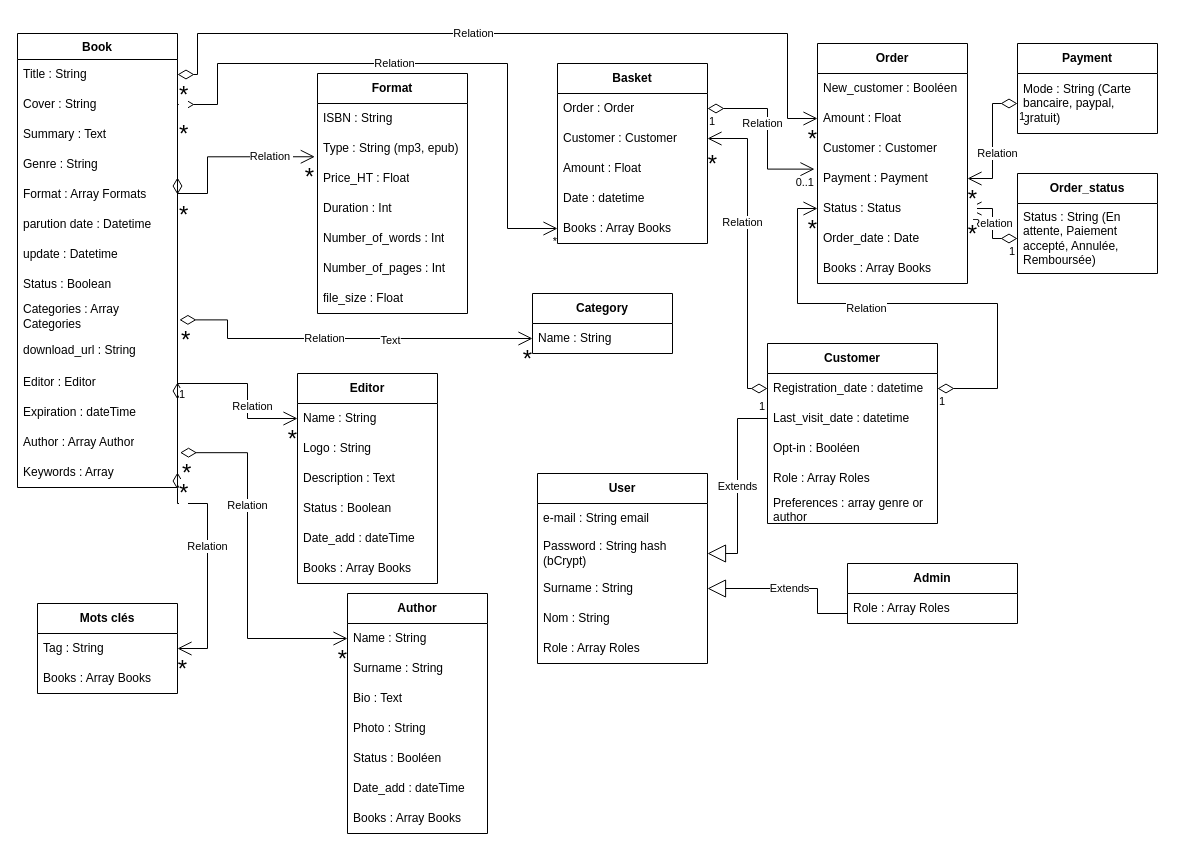
This is classes_neobook.drawio from cbeauquel/Neobook, a draw.io file, before an edit. Source tidied: cells renumbered, new cells numbered last; positions are measured from the earlier drawing's top-left corner, leaving out a move shared by most shapes. Both pictures are drawn from the tidied source at 100%, with x=0, y=0 at pixel (17, 33).
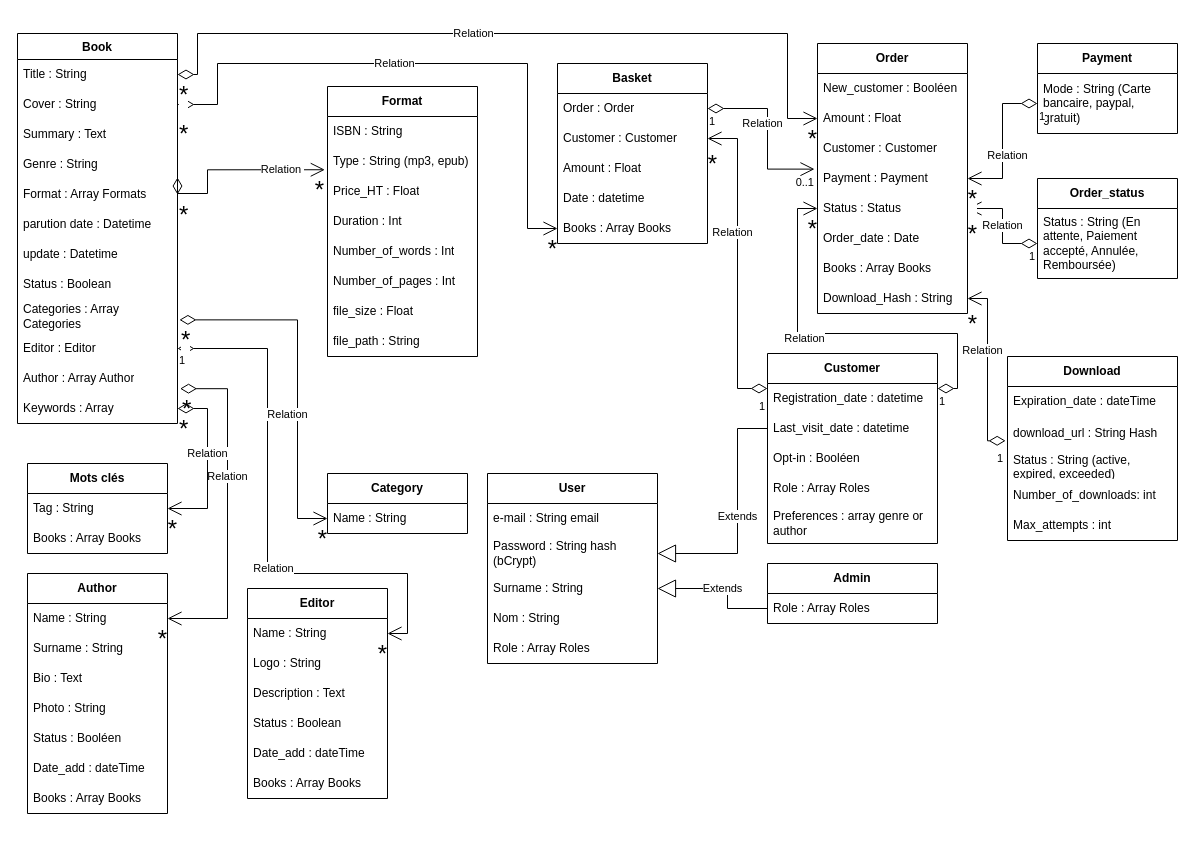
Above is the later version.

Commit message:
Mettre à jour classes_neobook.drawio

Unchanged cells that the change refers to:
```xml
<mxCell id="3" value="Name : String" style="text;strokeColor=none;fillColor=none;align=left;verticalAlign=middle;spacingLeft=4;spacingRight=4;overflow=hidden;points=[[0,0.5],[1,0.5]];portConstraint=eastwest;whiteSpace=wrap;html=1;" parent="2" vertex="1">
  <mxGeometry y="30" width="140" height="30" as="geometry" />
</mxCell>
<mxCell id="11" value="Name : String" style="text;strokeColor=none;fillColor=none;align=left;verticalAlign=middle;spacingLeft=4;spacingRight=4;overflow=hidden;points=[[0,0.5],[1,0.5]];portConstraint=eastwest;whiteSpace=wrap;html=1;" parent="10" vertex="1">
  <mxGeometry y="30" width="140" height="30" as="geometry" />
</mxCell>
<mxCell id="19" value="Type : String (mp3, epub)" style="text;strokeColor=none;fillColor=none;align=left;verticalAlign=middle;spacingLeft=4;spacingRight=4;overflow=hidden;points=[[0,0.5],[1,0.5]];portConstraint=eastwest;whiteSpace=wrap;html=1;" parent="17" vertex="1">
  <mxGeometry y="60" width="150" height="30" as="geometry" />
</mxCell>
<mxCell id="26" value="Name : String" style="text;strokeColor=none;fillColor=none;align=left;verticalAlign=middle;spacingLeft=4;spacingRight=4;overflow=hidden;points=[[0,0.5],[1,0.5]];portConstraint=eastwest;whiteSpace=wrap;html=1;" parent="25" vertex="1">
  <mxGeometry y="30" width="140" height="30" as="geometry" />
</mxCell>
<mxCell id="29" value="Last_visit_date : datetime" style="text;strokeColor=none;fillColor=none;align=left;verticalAlign=middle;spacingLeft=4;spacingRight=4;overflow=hidden;points=[[0,0.5],[1,0.5]];portConstraint=eastwest;whiteSpace=wrap;html=1;" parent="27" vertex="1">
  <mxGeometry y="60" width="170" height="30" as="geometry" />
</mxCell>
<mxCell id="38" value="Status : Status" style="text;strokeColor=none;fillColor=none;align=left;verticalAlign=middle;spacingLeft=4;spacingRight=4;overflow=hidden;points=[[0,0.5],[1,0.5]];portConstraint=eastwest;whiteSpace=wrap;html=1;" parent="33" vertex="1">
  <mxGeometry y="150" width="150" height="30" as="geometry" />
</mxCell>
<mxCell id="47" value="Customer : Customer" style="text;strokeColor=none;fillColor=none;align=left;verticalAlign=middle;spacingLeft=4;spacingRight=4;overflow=hidden;points=[[0,0.5],[1,0.5]];portConstraint=eastwest;whiteSpace=wrap;html=1;" parent="45" vertex="1">
  <mxGeometry y="60" width="150" height="30" as="geometry" />
</mxCell>
<mxCell id="50" value="Books : Array Books" style="text;strokeColor=none;fillColor=none;align=left;verticalAlign=middle;spacingLeft=4;spacingRight=4;overflow=hidden;points=[[0,0.5],[1,0.5]];portConstraint=eastwest;whiteSpace=wrap;html=1;" parent="45" vertex="1">
  <mxGeometry y="150" width="150" height="30" as="geometry" />
</mxCell>
<mxCell id="53" value="Cover&amp;nbsp;: String" style="text;strokeColor=none;fillColor=none;align=left;verticalAlign=middle;spacingLeft=4;spacingRight=4;overflow=hidden;points=[[0,0.5],[1,0.5]];portConstraint=eastwest;whiteSpace=wrap;html=1;" parent="51" vertex="1">
  <mxGeometry y="56" width="160" height="30" as="geometry" />
</mxCell>
<mxCell id="56" value="Format : Array Formats" style="text;strokeColor=none;fillColor=none;align=left;verticalAlign=middle;spacingLeft=4;spacingRight=4;overflow=hidden;points=[[0,0.5],[1,0.5]];portConstraint=eastwest;whiteSpace=wrap;html=1;" parent="51" vertex="1">
  <mxGeometry y="146" width="160" height="30" as="geometry" />
</mxCell>
<mxCell id="60" value="Categories : Array Categories" style="text;strokeColor=none;fillColor=none;align=left;verticalAlign=middle;spacingLeft=4;spacingRight=4;overflow=hidden;points=[[0,0.5],[1,0.5]];portConstraint=eastwest;whiteSpace=wrap;html=1;" parent="51" vertex="1">
  <mxGeometry y="266" width="160" height="34" as="geometry" />
</mxCell>
<mxCell id="92" value="Tag : String" style="text;strokeColor=none;fillColor=none;align=left;verticalAlign=middle;spacingLeft=4;spacingRight=4;overflow=hidden;points=[[0,0.5],[1,0.5]];portConstraint=eastwest;whiteSpace=wrap;html=1;" parent="91" vertex="1">
  <mxGeometry y="30" width="140" height="30" as="geometry" />
</mxCell>
<mxCell id="105" value="Password : String hash (bCrypt)" style="text;strokeColor=none;fillColor=none;align=left;verticalAlign=middle;spacingLeft=4;spacingRight=4;overflow=hidden;points=[[0,0.5],[1,0.5]];portConstraint=eastwest;whiteSpace=wrap;html=1;" parent="103" vertex="1">
  <mxGeometry y="60" width="170" height="40" as="geometry" />
</mxCell>
<mxCell id="106" value="Surname : String" style="text;strokeColor=none;fillColor=none;align=left;verticalAlign=middle;spacingLeft=4;spacingRight=4;overflow=hidden;points=[[0,0.5],[1,0.5]];portConstraint=eastwest;whiteSpace=wrap;html=1;" parent="103" vertex="1">
  <mxGeometry y="100" width="170" height="30" as="geometry" />
</mxCell>
<mxCell id="110" value="Role : Array Roles" style="text;strokeColor=none;fillColor=none;align=left;verticalAlign=middle;spacingLeft=4;spacingRight=4;overflow=hidden;points=[[0,0.5],[1,0.5]];portConstraint=eastwest;whiteSpace=wrap;html=1;" parent="109" vertex="1">
  <mxGeometry y="30" width="170" height="30" as="geometry" />
</mxCell>
```

Diff of the diagram source:
```diff
@@
     <mxCell id="2" value="&lt;b&gt;Author&lt;/b&gt;" style="swimlane;fontStyle=0;horizontal=1;startSize=30;whiteSpace=wrap;html=1;" parent="1" vertex="1">
-      <mxGeometry x="330" y="560" width="140" height="240" as="geometry" />
+      <mxGeometry x="10" y="540" width="140" height="240" as="geometry" />
     </mxCell>
@@
     <mxCell id="10" value="&lt;b&gt;Editor&lt;/b&gt;" style="swimlane;fontStyle=0;horizontal=1;startSize=30;whiteSpace=wrap;html=1;" parent="1" vertex="1">
-      <mxGeometry x="280" y="340" width="140" height="210" as="geometry" />
+      <mxGeometry x="230" y="555" width="140" height="210" as="geometry" />
     </mxCell>
@@
     <mxCell id="17" value="&lt;b&gt;Format&lt;/b&gt;" style="swimlane;fontStyle=0;horizontal=1;startSize=30;whiteSpace=wrap;html=1;" parent="1" vertex="1">
-      <mxGeometry x="300" y="40" width="150" height="240" as="geometry" />
+      <mxGeometry x="310" y="53" width="150" height="270" as="geometry" />
     </mxCell>
@@
+    <mxCell id="116" value="file_path : String" style="text;strokeColor=none;fillColor=none;align=left;verticalAlign=middle;spacingLeft=4;spacingRight=4;overflow=hidden;whiteSpace=wrap;html=1;" parent="17" vertex="1">
+      <mxGeometry y="240" width="150" height="30" as="geometry" />
+    </mxCell>
     <mxCell id="25" value="&lt;b&gt;Category&lt;/b&gt;" style="swimlane;fontStyle=0;horizontal=1;startSize=30;whiteSpace=wrap;html=1;" parent="1" vertex="1">
-      <mxGeometry x="515" y="260" width="140" height="60" as="geometry" />
+      <mxGeometry x="310" y="440" width="140" height="60" as="geometry" />
     </mxCell>
@@
     <mxCell id="27" value="&lt;b&gt;Customer&lt;/b&gt;" style="swimlane;fontStyle=0;horizontal=1;startSize=30;whiteSpace=wrap;html=1;" parent="1" vertex="1">
-      <mxGeometry x="750" y="310" width="170" height="180" as="geometry" />
+      <mxGeometry x="750" y="320" width="170" height="190" as="geometry" />
     </mxCell>
@@
     <mxCell id="32" value="Preferences : array genre or author" style="text;strokeColor=none;fillColor=none;align=left;verticalAlign=middle;spacingLeft=4;spacingRight=4;overflow=hidden;whiteSpace=wrap;html=1;" parent="27" vertex="1">
-      <mxGeometry y="150" width="170" height="30" as="geometry" />
+      <mxGeometry y="150" width="170" height="40" as="geometry" />
     </mxCell>
     <mxCell id="33" value="&lt;b&gt;Order&lt;/b&gt;" style="swimlane;fontStyle=0;horizontal=1;startSize=30;whiteSpace=wrap;html=1;" parent="1" vertex="1">
-      <mxGeometry x="800" y="10" width="150" height="240" as="geometry" />
+      <mxGeometry x="800" y="10" width="150" height="270" as="geometry" />
     </mxCell>
@@
+    <mxCell id="117" value="Download_Hash : String" style="text;strokeColor=none;fillColor=none;align=left;verticalAlign=middle;spacingLeft=4;spacingRight=4;overflow=hidden;points=[[0,0.5],[1,0.5]];portConstraint=eastwest;whiteSpace=wrap;html=1;" parent="33" vertex="1">
+      <mxGeometry y="240" width="150" height="30" as="geometry" />
+    </mxCell>
     <mxCell id="41" value="&lt;b&gt;Order_status&lt;/b&gt;" style="swimlane;fontStyle=0;horizontal=1;startSize=30;whiteSpace=wrap;html=1;" parent="1" vertex="1">
-      <mxGeometry x="1000" y="140" width="140" height="100" as="geometry" />
+      <mxGeometry x="1020" y="145" width="140" height="100" as="geometry" />
     </mxCell>
@@
     <mxCell id="43" value="&lt;b&gt;Payment&lt;/b&gt;" style="swimlane;fontStyle=0;horizontal=1;startSize=30;whiteSpace=wrap;html=1;" parent="1" vertex="1">
-      <mxGeometry x="1000" y="10" width="140" height="90" as="geometry" />
+      <mxGeometry x="1020" y="10" width="140" height="90" as="geometry" />
     </mxCell>
@@
     <mxCell id="51" value="Book" style="swimlane;fontStyle=1;align=center;verticalAlign=top;horizontal=1;startSize=26;whiteSpace=wrap;html=1;" parent="1" vertex="1">
-      <mxGeometry width="160" height="454" as="geometry" />
+      <mxGeometry width="160" height="390" as="geometry" />
     </mxCell>
@@
-    <mxCell id="61" value="download_url : String" style="text;strokeColor=none;fillColor=none;align=left;verticalAlign=middle;spacingLeft=4;spacingRight=4;overflow=hidden;points=[[0,0.5],[1,0.5]];portConstraint=eastwest;whiteSpace=wrap;html=1;" parent="51" vertex="1">
-      <mxGeometry y="300" width="160" height="34" as="geometry" />
-    </mxCell>
     <mxCell id="62" value="Editor : Editor" style="text;strokeColor=none;fillColor=none;align=left;verticalAlign=middle;spacingLeft=4;spacingRight=4;overflow=hidden;points=[[0,0.5],[1,0.5]];portConstraint=eastwest;whiteSpace=wrap;html=1;" parent="51" vertex="1">
-      <mxGeometry y="334" width="160" height="30" as="geometry" />
+      <mxGeometry y="300" width="160" height="30" as="geometry" />
     </mxCell>
-    <mxCell id="63" value="Expiration : dateTime" style="text;strokeColor=none;fillColor=none;align=left;verticalAlign=middle;spacingLeft=4;spacingRight=4;overflow=hidden;whiteSpace=wrap;html=1;" parent="51" vertex="1">
-      <mxGeometry y="364" width="160" height="30" as="geometry" />
-    </mxCell>
     <mxCell id="64" value="Author : Array Author" style="text;strokeColor=none;fillColor=none;align=left;verticalAlign=middle;spacingLeft=4;spacingRight=4;overflow=hidden;points=[[0,0.5],[1,0.5]];portConstraint=eastwest;whiteSpace=wrap;html=1;" parent="51" vertex="1">
-      <mxGeometry y="394" width="160" height="30" as="geometry" />
+      <mxGeometry y="330" width="160" height="30" as="geometry" />
     </mxCell>
     <mxCell id="65" value="Keywords : Array" style="text;strokeColor=none;fillColor=none;align=left;verticalAlign=middle;spacingLeft=4;spacingRight=4;overflow=hidden;points=[[0,0.5],[1,0.5]];portConstraint=eastwest;whiteSpace=wrap;html=1;" parent="51" vertex="1">
-      <mxGeometry y="424" width="160" height="30" as="geometry" />
+      <mxGeometry y="360" width="160" height="30" as="geometry" />
     </mxCell>
-    <mxCell id="66" value="Relation" style="endArrow=open;html=1;endSize=12;startArrow=diamondThin;startSize=14;startFill=0;edgeStyle=orthogonalEdgeStyle;rounded=0;entryX=0;entryY=0.5;entryDx=0;entryDy=0;exitX=1.016;exitY=0.839;exitDx=0;exitDy=0;exitPerimeter=0;" parent="1" edge="1" source="64" target="3">
-      <mxGeometry x="-0.32" relative="1" as="geometry">
+    <mxCell id="66" value="Relation" style="endArrow=open;html=1;endSize=12;startArrow=diamondThin;startSize=14;startFill=0;edgeStyle=orthogonalEdgeStyle;rounded=0;entryX=1;entryY=0.5;entryDx=0;entryDy=0;exitX=1.016;exitY=0.839;exitDx=0;exitDy=0;exitPerimeter=0;" parent="1" edge="1" source="64" target="3">
+      <mxGeometry x="-0.2" relative="1" as="geometry">
         <Array as="points">
-          <mxPoint x="230" y="419" />
-          <mxPoint x="230" y="605" />
+          <mxPoint x="210" y="355" />
+          <mxPoint x="210" y="585" />
         </Array>
       </mxGeometry>
     </mxCell>
@@
-    <mxCell id="69" value="Relation" style="endArrow=open;html=1;endSize=12;startArrow=diamondThin;startSize=14;startFill=0;edgeStyle=orthogonalEdgeStyle;rounded=0;exitX=1;exitY=0.5;exitDx=0;exitDy=0;entryX=0;entryY=0.5;entryDx=0;entryDy=0;" parent="1" edge="1" source="62" target="11">
+    <mxCell id="69" value="Relation" style="endArrow=open;html=1;endSize=12;startArrow=diamondThin;startSize=14;startFill=0;edgeStyle=orthogonalEdgeStyle;rounded=0;exitX=1;exitY=0.5;exitDx=0;exitDy=0;entryX=1;entryY=0.5;entryDx=0;entryDy=0;" parent="1" edge="1" source="62" target="11">
       <mxGeometry x="0.2" y="5" relative="1" as="geometry">
         <Array as="points">
-          <mxPoint x="230" y="350" />
-          <mxPoint x="230" y="385" />
+          <mxPoint x="250" y="315" />
+          <mxPoint x="250" y="540" />
+          <mxPoint x="390" y="540" />
+          <mxPoint x="390" y="600" />
         </Array>
       </mxGeometry>
     </mxCell>
@@
     <mxCell id="72" value="Relation" style="endArrow=open;html=1;endSize=12;startArrow=diamondThin;startSize=14;startFill=0;edgeStyle=orthogonalEdgeStyle;rounded=0;entryX=0;entryY=0.5;entryDx=0;entryDy=0;exitX=1.012;exitY=0.599;exitDx=0;exitDy=0;exitPerimeter=0;" parent="1" edge="1" source="60" target="26">
-      <mxGeometry x="-0.12" relative="1" as="geometry">
+      <mxGeometry x="0.23" y="-10" relative="1" as="geometry">
         <Array as="points">
-          <mxPoint x="210" y="286" />
-          <mxPoint x="210" y="305" />
+          <mxPoint x="280" y="286" />
+          <mxPoint x="280" y="485" />
         </Array>
       </mxGeometry>
     </mxCell>
@@
-    <mxCell id="75" value="Text" style="edgeLabel;html=1;align=center;verticalAlign=middle;" parent="72" vertex="1">
-      <mxGeometry x="0.23" y="-1" relative="1" as="geometry" />
-    </mxCell>
     <mxCell id="76" value="Relation" style="endArrow=open;html=1;endSize=12;startArrow=diamondThin;startSize=14;startFill=0;edgeStyle=orthogonalEdgeStyle;rounded=0;entryX=0;entryY=0.5;entryDx=0;entryDy=0;exitX=1;exitY=0.5;exitDx=0;exitDy=0;" parent="1" edge="1" source="53" target="50">
       <mxGeometry x="-0.12" relative="1" as="geometry">
         <Array as="points">
           <mxPoint x="200" y="71" />
           <mxPoint x="200" y="30" />
-          <mxPoint x="490" y="30" />
-          <mxPoint x="490" y="195" />
+          <mxPoint x="510" y="30" />
+          <mxPoint x="510" y="195" />
         </Array>
       </mxGeometry>
     </mxCell>
@@
-    <mxCell id="78" value="*" style="edgeLabel;html=1;align=right;verticalAlign=top;" parent="76" vertex="1">
+    <mxCell id="78" value="&lt;font style=&quot;font-size: 24px;&quot;&gt;*&lt;/font&gt;" style="edgeLabel;html=1;align=right;verticalAlign=top;" parent="76" vertex="1">
       <mxGeometry x="1" relative="1" as="geometry" />
     </mxCell>
     <mxCell id="79" value="Relation" style="endArrow=open;html=1;endSize=12;startArrow=diamondThin;startSize=14;startFill=0;edgeStyle=orthogonalEdgeStyle;rounded=0;exitX=0;exitY=0.5;exitDx=0;exitDy=0;entryX=1;entryY=0.5;entryDx=0;entryDy=0;" parent="1" edge="1" target="47">
       <mxGeometry x="0.2" y="5" relative="1" as="geometry">
         <mxPoint x="750" y="355" as="sourcePoint" />
         <Array as="points">
-          <mxPoint x="730" y="355" />
-          <mxPoint x="730" y="105" />
+          <mxPoint x="720" y="355" />
+          <mxPoint x="720" y="105" />
         </Array>
       </mxGeometry>
     </mxCell>
@@
     <mxCell id="91" value="&lt;b&gt;Mots clés&lt;/b&gt;" style="swimlane;fontStyle=0;horizontal=1;startSize=30;whiteSpace=wrap;html=1;" parent="1" vertex="1">
-      <mxGeometry x="20" y="570" width="140" height="90" as="geometry" />
+      <mxGeometry x="10" y="430" width="140" height="90" as="geometry" />
     </mxCell>
@@
     <mxCell id="94" value="Relation" style="endArrow=open;html=1;endSize=12;startArrow=diamondThin;startSize=14;startFill=0;edgeStyle=orthogonalEdgeStyle;rounded=0;exitX=1;exitY=0.5;exitDx=0;exitDy=0;entryX=1;entryY=0.5;entryDx=0;entryDy=0;" parent="1" edge="1" source="65" target="92">
       <mxGeometry x="-0.12" relative="1" as="geometry">
         <Array as="points">
-          <mxPoint x="190" y="470" />
-          <mxPoint x="190" y="615" />
+          <mxPoint x="190" y="375" />
+          <mxPoint x="190" y="475" />
         </Array>
       </mxGeometry>
     </mxCell>
@@
     <mxCell id="97" value="Relation" style="endArrow=open;html=1;endSize=12;startArrow=diamondThin;startSize=14;startFill=0;edgeStyle=orthogonalEdgeStyle;rounded=0;exitX=1;exitY=0.5;exitDx=0;exitDy=0;entryX=0;entryY=0.5;entryDx=0;entryDy=0;" parent="1" edge="1" target="38">
       <mxGeometry x="0.2" y="5" relative="1" as="geometry">
         <mxPoint x="920" y="355" as="sourcePoint" />
         <Array as="points">
-          <mxPoint x="980" y="355" />
-          <mxPoint x="980" y="270" />
-          <mxPoint x="780" y="270" />
+          <mxPoint x="940" y="355" />
+          <mxPoint x="940" y="300" />
+          <mxPoint x="780" y="300" />
           <mxPoint x="780" y="175" />
         </Array>
       </mxGeometry>
     </mxCell>
@@
     <mxCell id="103" value="&lt;b&gt;User&lt;/b&gt;" style="swimlane;fontStyle=0;horizontal=1;startSize=30;whiteSpace=wrap;html=1;" parent="1" vertex="1">
-      <mxGeometry x="520" y="440" width="170" height="190" as="geometry" />
+      <mxGeometry x="470" y="440" width="170" height="190" as="geometry" />
     </mxCell>
@@
     <mxCell id="109" value="&lt;b&gt;Admin&lt;/b&gt;" style="swimlane;fontStyle=0;horizontal=1;startSize=30;whiteSpace=wrap;html=1;" parent="1" vertex="1">
-      <mxGeometry x="830" y="530" width="170" height="60" as="geometry" />
+      <mxGeometry x="750" y="530" width="170" height="60" as="geometry" />
     </mxCell>
@@
     <mxCell id="111" value="Extends" style="endArrow=block;endSize=16;endFill=0;html=1;rounded=0;entryX=1;entryY=0.5;entryDx=0;entryDy=0;exitX=0;exitY=0.5;exitDx=0;exitDy=0;" parent="1" edge="1" source="29" target="105">
       <mxGeometry relative="1" as="geometry">
         <Array as="points">
-          <mxPoint x="720" y="385" />
+          <mxPoint x="720" y="395" />
           <mxPoint x="720" y="520" />
         </Array>
       </mxGeometry>
     </mxCell>
-    <mxCell id="112" value="Extends" style="endArrow=block;endSize=16;endFill=0;html=1;rounded=0;entryX=1;entryY=0.5;entryDx=0;entryDy=0;exitX=0;exitY=0.5;exitDx=0;exitDy=0;" parent="1" edge="1" target="106">
+    <mxCell id="112" value="Extends" style="endArrow=block;endSize=16;endFill=0;html=1;rounded=0;entryX=1;entryY=0.5;entryDx=0;entryDy=0;exitX=0;exitY=0.5;exitDx=0;exitDy=0;" parent="1" edge="1" source="110" target="106">
       <mxGeometry relative="1" as="geometry">
-        <mxPoint x="830" y="580" as="sourcePoint" />
         <Array as="points">
-          <mxPoint x="800" y="580" />
-          <mxPoint x="800" y="555" />
+          <mxPoint x="710" y="575" />
+          <mxPoint x="710" y="555" />
         </Array>
       </mxGeometry>
     </mxCell>
     <mxCell id="113" value="Relation&amp;nbsp;" style="endArrow=open;html=1;endSize=12;startArrow=diamondThin;startSize=14;startFill=0;edgeStyle=orthogonalEdgeStyle;rounded=0;exitX=1;exitY=0.5;exitDx=0;exitDy=0;entryX=-0.018;entryY=0.775;entryDx=0;entryDy=0;entryPerimeter=0;" parent="1" edge="1" source="56" target="19">
       <mxGeometry x="0.51" relative="1" as="geometry">
         <Array as="points">
           <mxPoint x="190" y="160" />
-          <mxPoint x="190" y="123" />
+          <mxPoint x="190" y="136" />
         </Array>
       </mxGeometry>
     </mxCell>
@@
+    <mxCell id="118" value="&lt;b&gt;Download&lt;/b&gt;" style="swimlane;fontStyle=0;horizontal=1;startSize=30;whiteSpace=wrap;html=1;" parent="1" vertex="1">
+      <mxGeometry x="990" y="323" width="170" height="184" as="geometry" />
+    </mxCell>
+    <mxCell id="63" value="Expiration_date : dateTime" style="text;strokeColor=none;fillColor=none;align=left;verticalAlign=middle;spacingLeft=4;spacingRight=4;overflow=hidden;whiteSpace=wrap;html=1;" parent="118" vertex="1">
+      <mxGeometry y="30" width="170" height="30" as="geometry" />
+    </mxCell>
+    <mxCell id="61" value="download_url : String Hash" style="text;strokeColor=none;fillColor=none;align=left;verticalAlign=middle;spacingLeft=4;spacingRight=4;overflow=hidden;points=[[0,0.5],[1,0.5]];portConstraint=eastwest;whiteSpace=wrap;html=1;" parent="118" vertex="1">
+      <mxGeometry y="60" width="170" height="34" as="geometry" />
+    </mxCell>
+    <mxCell id="119" value="Status : String (active, expired, exceeded)" style="text;strokeColor=none;fillColor=none;align=left;verticalAlign=middle;spacingLeft=4;spacingRight=4;overflow=hidden;whiteSpace=wrap;html=1;" parent="118" vertex="1">
+      <mxGeometry y="94" width="170" height="30" as="geometry" />
+    </mxCell>
+    <mxCell id="120" value="Number_of_downloads: int" style="text;strokeColor=none;fillColor=none;align=left;verticalAlign=middle;spacingLeft=4;spacingRight=4;overflow=hidden;whiteSpace=wrap;html=1;" parent="118" vertex="1">
+      <mxGeometry y="124" width="170" height="30" as="geometry" />
+    </mxCell>
+    <mxCell id="121" value="Max_attempts : int" style="text;strokeColor=none;fillColor=none;align=left;verticalAlign=middle;spacingLeft=4;spacingRight=4;overflow=hidden;whiteSpace=wrap;html=1;" parent="118" vertex="1">
+      <mxGeometry y="154" width="170" height="30" as="geometry" />
+    </mxCell>
+    <mxCell id="122" value="Relation" style="endArrow=open;html=1;endSize=12;startArrow=diamondThin;startSize=14;startFill=0;edgeStyle=orthogonalEdgeStyle;rounded=0;exitX=-0.011;exitY=0.714;exitDx=0;exitDy=0;entryX=1;entryY=0.5;entryDx=0;entryDy=0;exitPerimeter=0;" parent="1" edge="1" source="61" target="117">
+      <mxGeometry x="0.2" y="5" relative="1" as="geometry">
+        <Array as="points">
+          <mxPoint x="970" y="407" />
+          <mxPoint x="970" y="265" />
+        </Array>
+      </mxGeometry>
+    </mxCell>
+    <mxCell id="123" value="1" style="edgeLabel;html=1;align=left;verticalAlign=top;" parent="122" vertex="1">
+      <mxGeometry x="-1" relative="1" as="geometry">
+        <mxPoint x="-10" y="5" as="offset" />
+      </mxGeometry>
+    </mxCell>
+    <mxCell id="124" value="&lt;font style=&quot;font-size: 24px;&quot;&gt;*&lt;/font&gt;" style="edgeLabel;html=1;align=right;verticalAlign=top;" parent="122" vertex="1">
+      <mxGeometry x="1" relative="1" as="geometry">
+        <mxPoint x="10" y="5" as="offset" />
+      </mxGeometry>
+    </mxCell>
```
